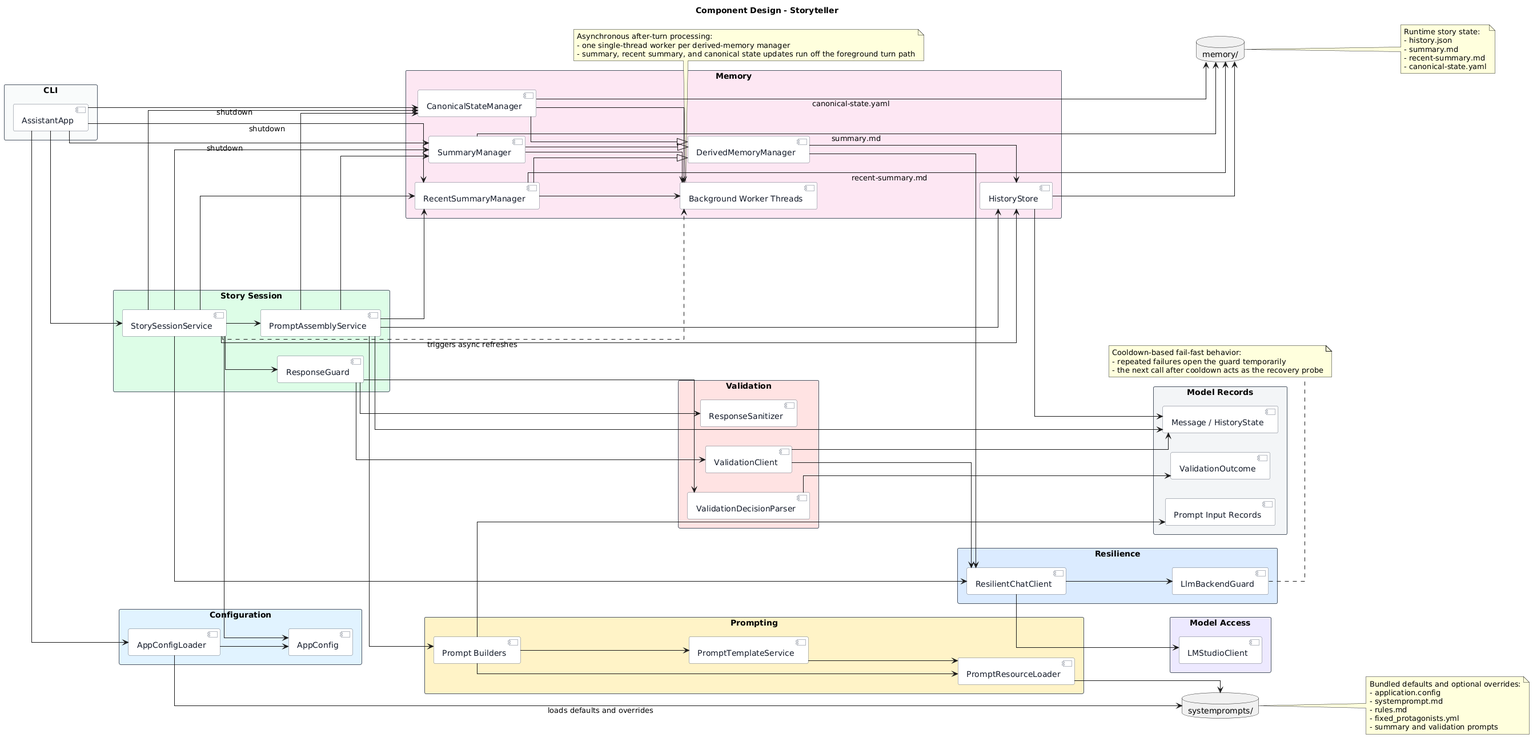
The PlantUML diagram docs/architecture/01-component-design.png in jbrugman/Assistant, before a commit.
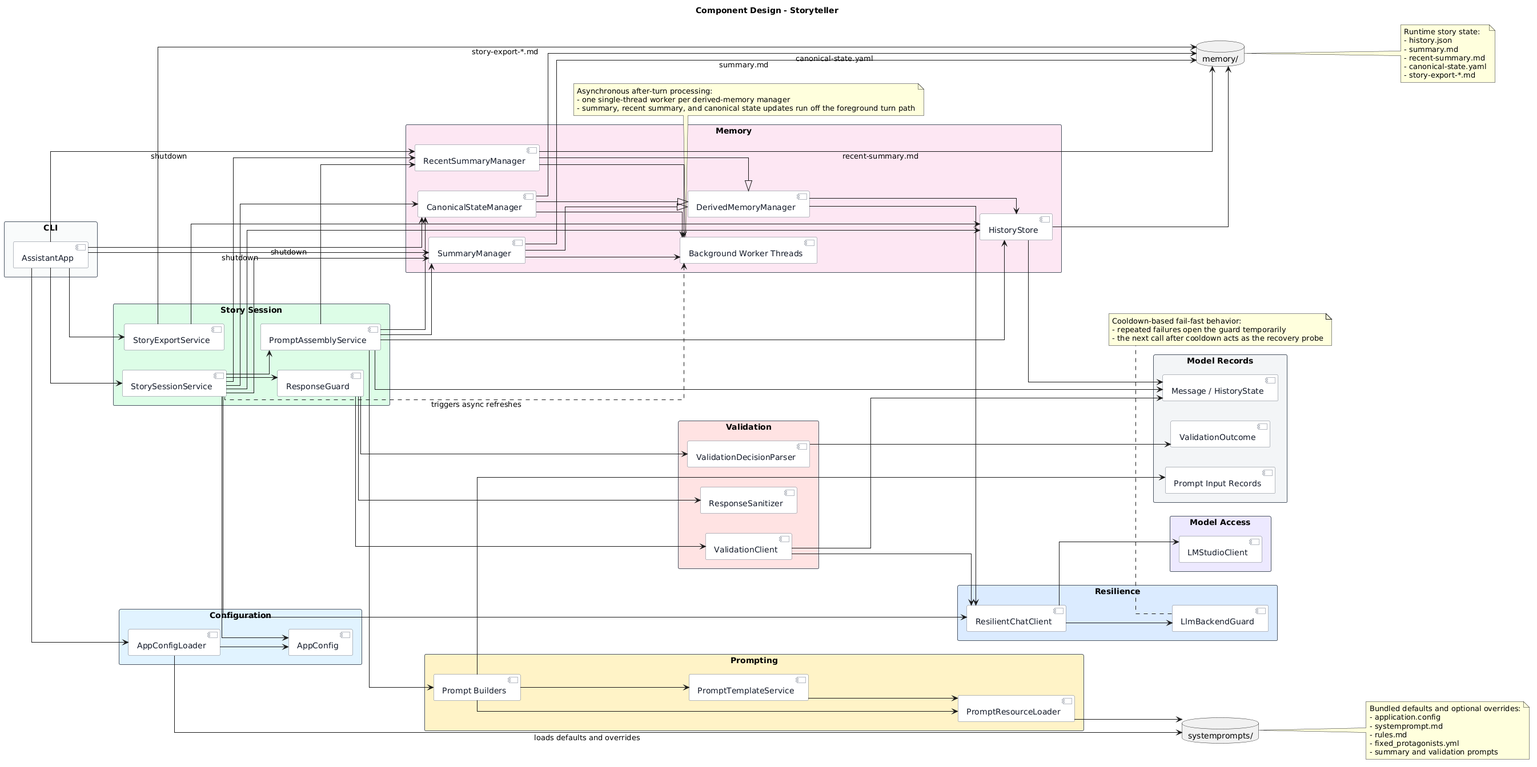
The same file after the commit.

The edit, as a diff of the source:
```diff
@@ -29,6 +29,7 @@
 
 package "Story Session" #DCFCE7 {
   [StorySessionService]
+  [StoryExportService]
   [PromptAssemblyService]
   [ResponseGuard]
 }
@@ -74,6 +75,7 @@
 
 [AssistantApp] --> [AppConfigLoader]
 [AssistantApp] --> [StorySessionService]
+[AssistantApp] --> [StoryExportService]
 [AssistantApp] --> [SummaryManager] : shutdown
 [AssistantApp] --> [RecentSummaryManager] : shutdown
 [AssistantApp] --> [CanonicalStateManager] : shutdown
@@ -90,6 +92,9 @@
 [StorySessionService] --> [CanonicalStateManager]
 [StorySessionService] --> [ResilientChatClient]
 [StorySessionService] ..> [Background Worker Threads] : triggers async refreshes
+
+[StoryExportService] --> [HistoryStore]
+[StoryExportService] --> MemoryFiles : story-export-*.md
 
 [PromptAssemblyService] --> [HistoryStore]
 [PromptAssemblyService] --> [SummaryManager]
@@ -145,6 +150,7 @@
 - summary.md
 - recent-summary.md
 - canonical-state.yaml
+- story-export-*.md
 end note
 
 note bottom of [Background Worker Threads]
```
